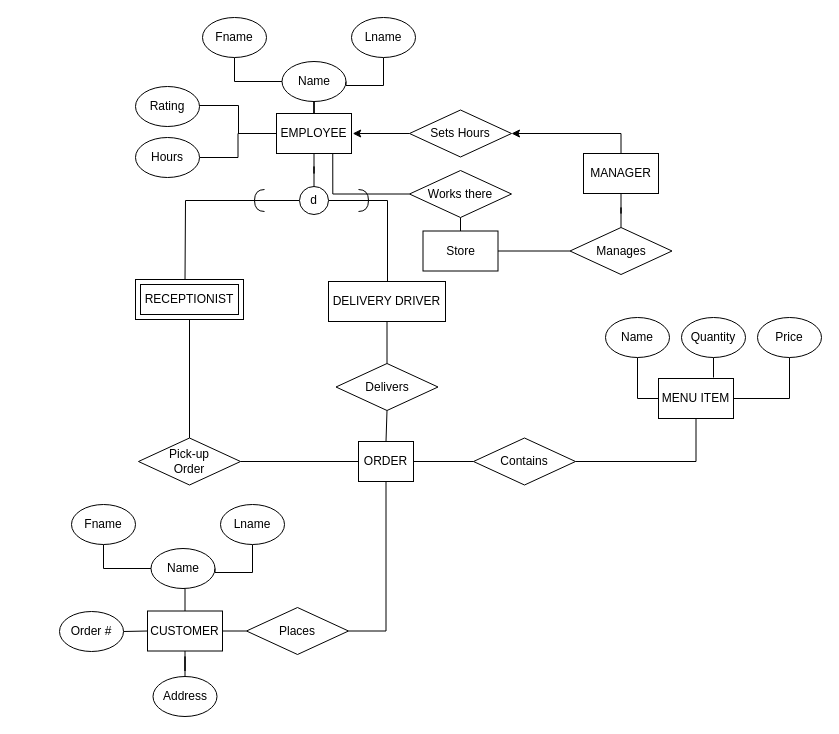
Before: Enhanced Entity Relationship Diagram.drawio in hqiao8/Restaurant-Management-System, a draw.io diagram. Source tidied: cells renumbered, new cells numbered last; positions are measured from the earlier drawing's top-left corner, leaving out a move shared by most shapes. Both pictures are drawn from the tidied source at 100%, with x=0, y=0 at pixel (59, 17).
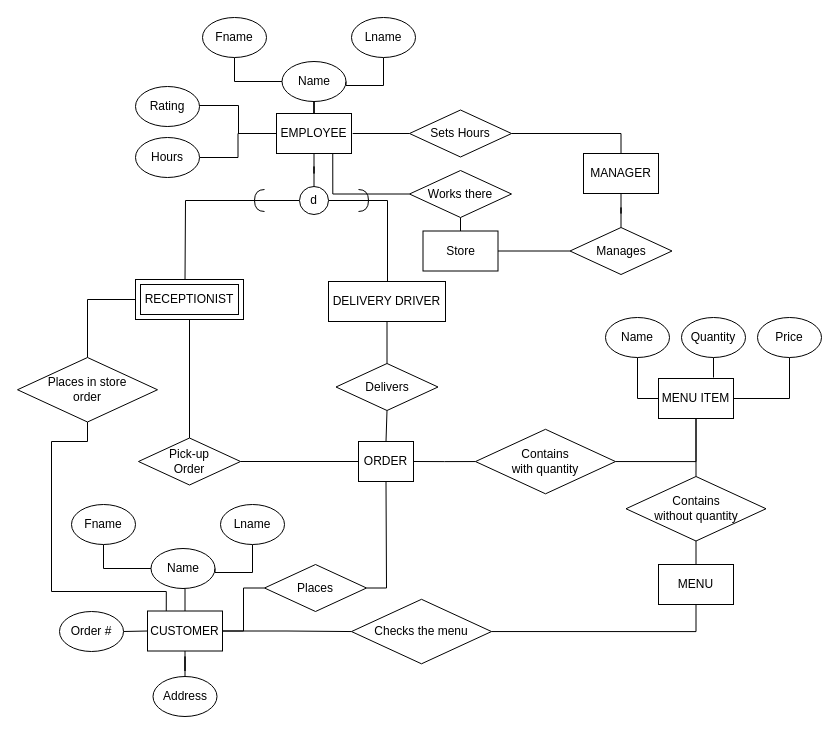
The same page after the edit.

Commit message:
Added another entity and more relationships

The change refers to these unchanged cells:
```xml
<mxCell id="7" value="CUSTOMER" style="whiteSpace=wrap;html=1;align=center;fillColor=default;" parent="1" vertex="1">
  <mxGeometry x="88" y="593.5" width="75" height="40" as="geometry" />
</mxCell>
<mxCell id="9" value="MANAGER" style="whiteSpace=wrap;html=1;align=center;fillColor=default;" parent="1" vertex="1">
  <mxGeometry x="524" y="136" width="75" height="40" as="geometry" />
</mxCell>
<mxCell id="17" value="MENU ITEM" style="whiteSpace=wrap;html=1;align=center;fillColor=default;" parent="1" vertex="1">
  <mxGeometry x="599" y="361" width="75" height="40" as="geometry" />
</mxCell>
<mxCell id="53" value="RECEPTIONIST" style="shape=ext;margin=3;double=1;whiteSpace=wrap;html=1;align=center;" parent="1" vertex="1">
  <mxGeometry x="76" y="262" width="108" height="40" as="geometry" />
</mxCell>
<mxCell id="56" value="Sets Hours" style="shape=rhombus;perimeter=rhombusPerimeter;whiteSpace=wrap;html=1;align=center;fillColor=default;gradientColor=none;" parent="1" vertex="1">
  <mxGeometry x="350" y="92.5" width="102" height="47" as="geometry" />
</mxCell>
```

Change to the diagram source:
```diff
@@
+    <mxCell id="63" style="edgeStyle=orthogonalEdgeStyle;rounded=0;jettySize=auto;html=1;exitX=1;exitY=0.5;exitDx=0;exitDy=0;entryX=0;entryY=0.5;entryDx=0;entryDy=0;startArrow=none;startFill=0;endArrow=none;endFill=0;" parent="1" edge="1" source="7" target="67">
+      <mxGeometry relative="1" as="geometry" />
+    </mxCell>
+    <mxCell id="64" style="edgeStyle=orthogonalEdgeStyle;rounded=0;jettySize=auto;html=1;exitX=0.25;exitY=0;exitDx=0;exitDy=0;startArrow=none;startFill=0;endArrow=none;endFill=0;entryX=0.5;entryY=1;entryDx=0;entryDy=0;" parent="1" edge="1" source="7" target="72">
+      <mxGeometry relative="1" as="geometry">
+        <Array as="points">
+          <mxPoint x="107" y="574" />
+          <mxPoint x="-8" y="574" />
+          <mxPoint x="-8" y="424" />
+          <mxPoint x="28" y="424" />
+        </Array>
+      </mxGeometry>
+    </mxCell>
@@
+    <mxCell id="65" style="edgeStyle=orthogonalEdgeStyle;rounded=0;jettySize=auto;html=1;exitX=0.5;exitY=1;exitDx=0;exitDy=0;entryX=0.5;entryY=0;entryDx=0;entryDy=0;startArrow=none;startFill=0;endArrow=none;endFill=0;" parent="1" edge="1" source="17" target="70">
+      <mxGeometry relative="1" as="geometry" />
+    </mxCell>
@@
     <mxCell id="35" value="Places" style="shape=rhombus;perimeter=rhombusPerimeter;whiteSpace=wrap;html=1;align=center;fillColor=default;gradientColor=none;" parent="1" vertex="1">
-      <mxGeometry x="187" y="590" width="102" height="47" as="geometry" />
+      <mxGeometry x="205" y="547" width="102" height="47" as="geometry" />
     </mxCell>
@@
-    <mxCell id="54" style="edgeStyle=orthogonalEdgeStyle;rounded=0;jumpStyle=arc;jettySize=auto;html=1;entryX=0.5;entryY=0;entryDx=0;entryDy=0;startArrow=classic;startFill=1;endArrow=none;endFill=0;" parent="1" edge="1" source="56" target="9">
+    <mxCell id="54" style="edgeStyle=orthogonalEdgeStyle;rounded=0;jumpStyle=arc;jettySize=auto;html=1;entryX=0.5;entryY=0;entryDx=0;entryDy=0;startArrow=none;startFill=0;endArrow=none;endFill=0;" parent="1" edge="1" source="56" target="9">
       <mxGeometry relative="1" as="geometry" />
     </mxCell>
-    <mxCell id="55" style="edgeStyle=orthogonalEdgeStyle;rounded=0;jumpStyle=arc;jettySize=auto;html=1;startArrow=none;startFill=0;endArrow=classic;endFill=1;" parent="1" edge="1" source="56">
+    <mxCell id="55" style="edgeStyle=orthogonalEdgeStyle;rounded=0;jumpStyle=arc;jettySize=auto;html=1;startArrow=none;startFill=0;endArrow=none;endFill=0;" parent="1" edge="1" source="56">
       <mxGeometry relative="1" as="geometry">
         <mxPoint x="293.2" y="116" as="targetPoint" />
       </mxGeometry>
     </mxCell>
@@
-    <mxCell id="60" value="Contains" style="shape=rhombus;perimeter=rhombusPerimeter;whiteSpace=wrap;html=1;align=center;fillColor=default;gradientColor=none;" parent="1" vertex="1">
-      <mxGeometry x="414" y="420.5" width="102" height="47" as="geometry" />
+    <mxCell id="60" value="Contains&lt;br&gt;with quantity" style="shape=rhombus;perimeter=rhombusPerimeter;whiteSpace=wrap;html=1;align=center;fillColor=default;gradientColor=none;" parent="1" vertex="1">
+      <mxGeometry x="416" y="411.8" width="140" height="64.5" as="geometry" />
     </mxCell>
@@
+    <mxCell id="66" style="edgeStyle=orthogonalEdgeStyle;rounded=0;jettySize=auto;html=1;exitX=1;exitY=0.5;exitDx=0;exitDy=0;entryX=0.5;entryY=1;entryDx=0;entryDy=0;startArrow=none;startFill=0;endArrow=none;endFill=0;" parent="1" edge="1" source="67" target="68">
+      <mxGeometry relative="1" as="geometry" />
+    </mxCell>
+    <mxCell id="67" value="Checks the menu" style="shape=rhombus;perimeter=rhombusPerimeter;whiteSpace=wrap;html=1;align=center;fillColor=default;gradientColor=none;" parent="1" vertex="1">
+      <mxGeometry x="292" y="581.8" width="140" height="64.5" as="geometry" />
+    </mxCell>
+    <mxCell id="68" value="MENU" style="whiteSpace=wrap;html=1;align=center;fillColor=default;" parent="1" vertex="1">
+      <mxGeometry x="599" y="547" width="75" height="40" as="geometry" />
+    </mxCell>
+    <mxCell id="69" style="edgeStyle=orthogonalEdgeStyle;rounded=0;jettySize=auto;html=1;exitX=0.5;exitY=1;exitDx=0;exitDy=0;entryX=0.5;entryY=0;entryDx=0;entryDy=0;startArrow=none;startFill=0;endArrow=none;endFill=0;" parent="1" edge="1" source="70" target="68">
+      <mxGeometry relative="1" as="geometry" />
+    </mxCell>
+    <mxCell id="70" value="Contains&lt;br&gt;without quantity" style="shape=rhombus;perimeter=rhombusPerimeter;whiteSpace=wrap;html=1;align=center;fillColor=default;gradientColor=none;" parent="1" vertex="1">
+      <mxGeometry x="566.5" y="459" width="140" height="64.5" as="geometry" />
+    </mxCell>
+    <mxCell id="71" style="edgeStyle=orthogonalEdgeStyle;rounded=0;jettySize=auto;html=1;exitX=0.5;exitY=0;exitDx=0;exitDy=0;entryX=0;entryY=0.5;entryDx=0;entryDy=0;startArrow=none;startFill=0;endArrow=none;endFill=0;" parent="1" edge="1" source="72" target="53">
+      <mxGeometry relative="1" as="geometry" />
+    </mxCell>
+    <mxCell id="72" value="Places in store&lt;br&gt;order" style="shape=rhombus;perimeter=rhombusPerimeter;whiteSpace=wrap;html=1;align=center;fillColor=default;gradientColor=none;" parent="1" vertex="1">
+      <mxGeometry x="-42" y="340" width="140" height="64.5" as="geometry" />
+    </mxCell>
```
